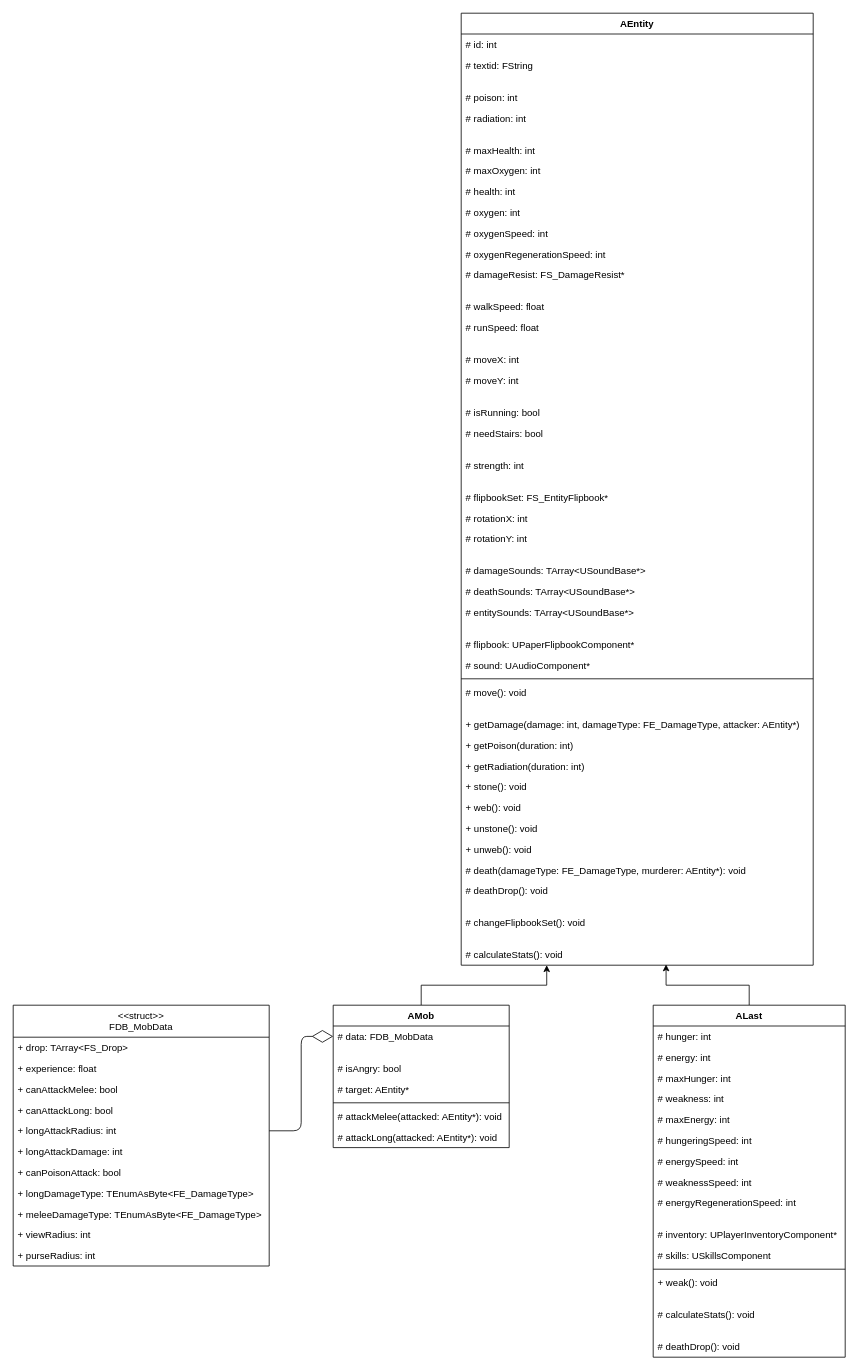
sqrt-of-minus-one/After_0 keeps this draw.io diagram as page "Entity" (1 of 3) of Classes.drawio. Above is the earlier version. Source tidied: cells renumbered, new cells numbered last; positions are measured from the earlier drawing's top-left corner, leaving out a move shared by most shapes. Both pictures are drawn from the tidied source at 80%, with x=0, y=0 at pixel (13, 13).
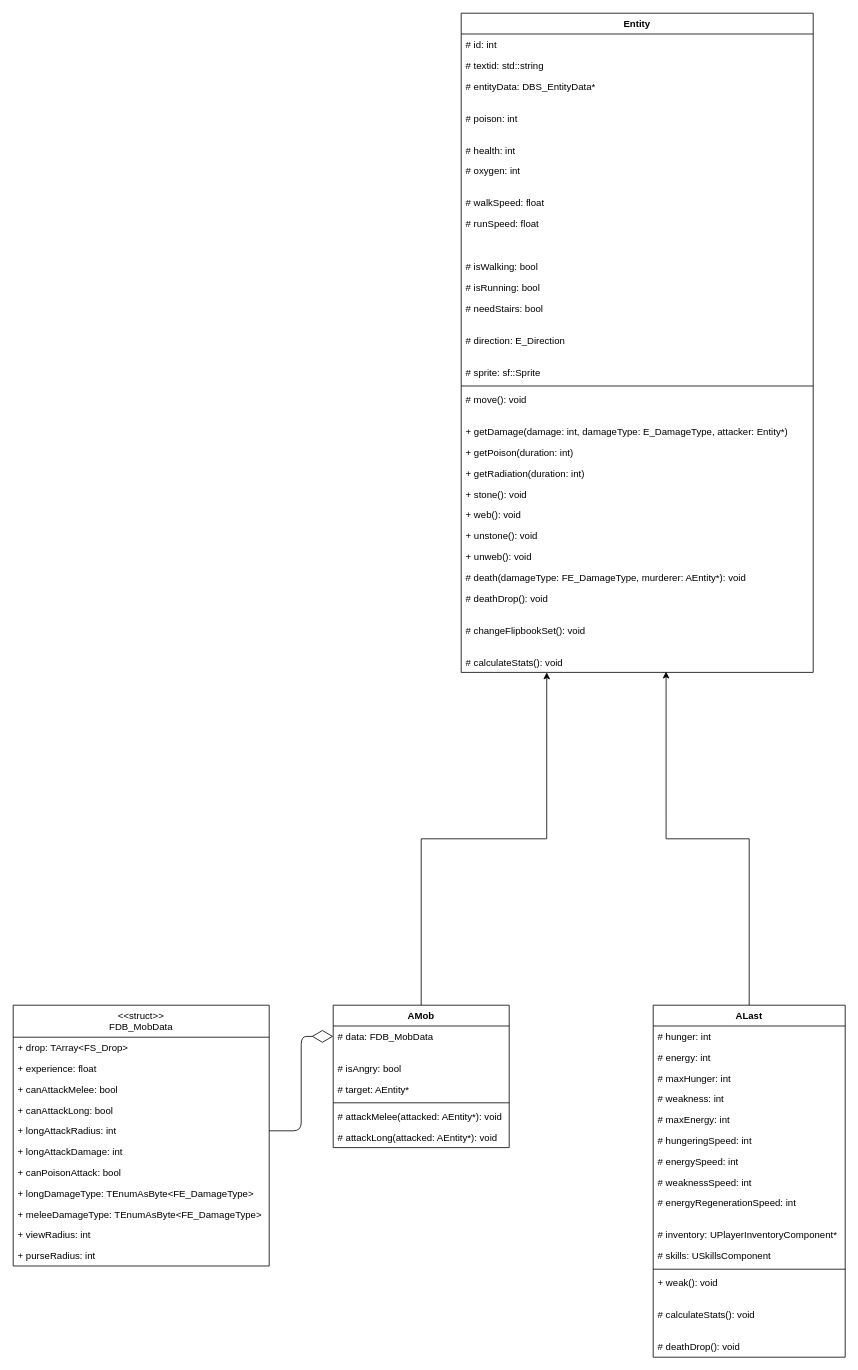
Above is the later version.

Commit message (it also covers changes not shown here):
Added classes Entity and Database

The edit, as a diff of the source:
```diff
@@
-    <mxCell id="2" value="AEntity" style="swimlane;fontStyle=1;align=center;verticalAlign=top;horizontal=1;startSize=26;" parent="1" vertex="1">
-      <mxGeometry x="560" width="440" height="1190" as="geometry" />
+    <mxCell id="2" value="Entity" style="swimlane;fontStyle=1;align=center;verticalAlign=top;horizontal=1;startSize=26;" parent="1" vertex="1">
+      <mxGeometry x="560" width="440" height="824" as="geometry" />
     </mxCell>
@@
-    <mxCell id="4" value="# textid: FString" style="text;strokeColor=none;fillColor=none;align=left;verticalAlign=top;spacingLeft=4;spacingRight=4;overflow=hidden;" parent="2" vertex="1">
+    <mxCell id="4" value="# textid: std::string" style="text;strokeColor=none;fillColor=none;align=left;verticalAlign=top;spacingLeft=4;spacingRight=4;overflow=hidden;" parent="2" vertex="1">
       <mxGeometry y="52" width="440" height="26" as="geometry" />
     </mxCell>
+    <mxCell id="7" value="# entityData: DBS_EntityData*" style="text;strokeColor=none;fillColor=none;align=left;verticalAlign=top;spacingLeft=4;spacingRight=4;overflow=hidden;" parent="2" vertex="1">
+      <mxGeometry y="78" width="440" height="26" as="geometry" />
+    </mxCell>
     <mxCell id="5" style="text;strokeColor=none;fillColor=none;align=left;verticalAlign=middle;spacingTop=-1;spacingLeft=4;spacingRight=4;labelPosition=right;" parent="2" vertex="1">
-      <mxGeometry y="78" width="440" height="14" as="geometry" />
+      <mxGeometry y="104" width="440" height="14" as="geometry" />
     </mxCell>
     <mxCell id="6" value="# poison: int" style="text;strokeColor=none;fillColor=none;align=left;verticalAlign=top;spacingLeft=4;spacingRight=4;overflow=hidden;" parent="2" vertex="1">
-      <mxGeometry y="92" width="440" height="26" as="geometry" />
+      <mxGeometry y="118" width="440" height="26" as="geometry" />
     </mxCell>
-    <mxCell id="7" value="# radiation: int" style="text;strokeColor=none;fillColor=none;align=left;verticalAlign=top;spacingLeft=4;spacingRight=4;overflow=hidden;" parent="2" vertex="1">
-      <mxGeometry y="118" width="440" height="26" as="geometry" />
-    </mxCell>
@@
-    <mxCell id="9" value="# maxHealth: int" style="text;strokeColor=none;fillColor=none;align=left;verticalAlign=top;spacingLeft=4;spacingRight=4;overflow=hidden;" parent="2" vertex="1">
-      <mxGeometry y="158" width="440" height="26" as="geometry" />
-    </mxCell>
-    <mxCell id="10" value="# maxOxygen: int" style="text;strokeColor=none;fillColor=none;align=left;verticalAlign=top;spacingLeft=4;spacingRight=4;overflow=hidden;" parent="2" vertex="1">
-      <mxGeometry y="184" width="440" height="26" as="geometry" />
-    </mxCell>
     <mxCell id="11" value="# health: int" style="text;strokeColor=none;fillColor=none;align=left;verticalAlign=top;spacingLeft=4;spacingRight=4;overflow=hidden;" parent="2" vertex="1">
-      <mxGeometry y="210" width="440" height="26" as="geometry" />
+      <mxGeometry y="158" width="440" height="26" as="geometry" />
     </mxCell>
     <mxCell id="12" value="# oxygen: int" style="text;strokeColor=none;fillColor=none;align=left;verticalAlign=top;spacingLeft=4;spacingRight=4;overflow=hidden;" parent="2" vertex="1">
-      <mxGeometry y="236" width="440" height="26" as="geometry" />
+      <mxGeometry y="184" width="440" height="26" as="geometry" />
     </mxCell>
-    <mxCell id="13" value="# oxygenSpeed: int" style="text;strokeColor=none;fillColor=none;align=left;verticalAlign=top;spacingLeft=4;spacingRight=4;overflow=hidden;" parent="2" vertex="1">
-      <mxGeometry y="262" width="440" height="26" as="geometry" />
-    </mxCell>
-    <mxCell id="14" value="# oxygenRegenerationSpeed: int" style="text;strokeColor=none;fillColor=none;align=left;verticalAlign=top;spacingLeft=4;spacingRight=4;overflow=hidden;" parent="2" vertex="1">
-      <mxGeometry y="288" width="440" height="26" as="geometry" />
-    </mxCell>
-    <mxCell id="15" value="# damageResist: FS_DamageResist*" style="text;strokeColor=none;fillColor=none;align=left;verticalAlign=top;spacingLeft=4;spacingRight=4;overflow=hidden;" parent="2" vertex="1">
-      <mxGeometry y="314" width="440" height="26" as="geometry" />
-    </mxCell>
     <mxCell id="16" style="text;strokeColor=none;fillColor=none;align=left;verticalAlign=middle;spacingTop=-1;spacingLeft=4;spacingRight=4;labelPosition=right;" parent="2" vertex="1">
-      <mxGeometry y="340" width="440" height="14" as="geometry" />
+      <mxGeometry y="210" width="440" height="14" as="geometry" />
     </mxCell>
     <mxCell id="17" value="# walkSpeed: float" style="text;strokeColor=none;fillColor=none;align=left;verticalAlign=top;spacingLeft=4;spacingRight=4;overflow=hidden;" parent="2" vertex="1">
-      <mxGeometry y="354" width="440" height="26" as="geometry" />
+      <mxGeometry y="224" width="440" height="26" as="geometry" />
     </mxCell>
     <mxCell id="18" value="# runSpeed: float" style="text;strokeColor=none;fillColor=none;align=left;verticalAlign=top;spacingLeft=4;spacingRight=4;overflow=hidden;" parent="2" vertex="1">
-      <mxGeometry y="380" width="440" height="26" as="geometry" />
+      <mxGeometry y="250" width="440" height="26" as="geometry" />
     </mxCell>
     <mxCell id="19" style="text;strokeColor=none;fillColor=none;align=left;verticalAlign=middle;spacingTop=-1;spacingLeft=4;spacingRight=4;labelPosition=right;" parent="2" vertex="1">
-      <mxGeometry y="406" width="440" height="14" as="geometry" />
+      <mxGeometry y="276" width="440" height="14" as="geometry" />
     </mxCell>
-    <mxCell id="20" value="# moveX: int" style="text;strokeColor=none;fillColor=none;align=left;verticalAlign=top;spacingLeft=4;spacingRight=4;overflow=hidden;" parent="2" vertex="1">
-      <mxGeometry y="420" width="440" height="26" as="geometry" />
-    </mxCell>
+    <mxCell id="22" style="text;strokeColor=none;fillColor=none;align=left;verticalAlign=middle;spacingTop=-1;spacingLeft=4;spacingRight=4;labelPosition=right;" parent="2" vertex="1">
+      <mxGeometry y="290" width="440" height="14" as="geometry" />
+    </mxCell>
-    <mxCell id="21" value="# moveY: int" style="text;strokeColor=none;fillColor=none;align=left;verticalAlign=top;spacingLeft=4;spacingRight=4;overflow=hidden;" parent="2" vertex="1">
-      <mxGeometry y="446" width="440" height="26" as="geometry" />
+    <mxCell id="21" value="# isWalking: bool" style="text;strokeColor=none;fillColor=none;align=left;verticalAlign=top;spacingLeft=4;spacingRight=4;overflow=hidden;" parent="2" vertex="1">
+      <mxGeometry y="304" width="440" height="26" as="geometry" />
     </mxCell>
-    <mxCell id="22" style="text;strokeColor=none;fillColor=none;align=left;verticalAlign=middle;spacingTop=-1;spacingLeft=4;spacingRight=4;labelPosition=right;" parent="2" vertex="1">
-      <mxGeometry y="472" width="440" height="14" as="geometry" />
-    </mxCell>
     <mxCell id="23" value="# isRunning: bool" style="text;strokeColor=none;fillColor=none;align=left;verticalAlign=top;spacingLeft=4;spacingRight=4;overflow=hidden;" parent="2" vertex="1">
-      <mxGeometry y="486" width="440" height="26" as="geometry" />
+      <mxGeometry y="330" width="440" height="26" as="geometry" />
     </mxCell>
     <mxCell id="24" value="# needStairs: bool" style="text;strokeColor=none;fillColor=none;align=left;verticalAlign=top;spacingLeft=4;spacingRight=4;overflow=hidden;" parent="2" vertex="1">
-      <mxGeometry y="512" width="440" height="26" as="geometry" />
+      <mxGeometry y="356" width="440" height="26" as="geometry" />
     </mxCell>
     <mxCell id="25" style="text;strokeColor=none;fillColor=none;align=left;verticalAlign=middle;spacingTop=-1;spacingLeft=4;spacingRight=4;labelPosition=right;" parent="2" vertex="1">
-      <mxGeometry y="538" width="440" height="14" as="geometry" />
+      <mxGeometry y="382" width="440" height="14" as="geometry" />
     </mxCell>
-    <mxCell id="26" value="# strength: int" style="text;strokeColor=none;fillColor=none;align=left;verticalAlign=top;spacingLeft=4;spacingRight=4;overflow=hidden;" parent="2" vertex="1">
-      <mxGeometry y="552" width="440" height="26" as="geometry" />
-    </mxCell>
-    <mxCell id="27" style="text;strokeColor=none;fillColor=none;align=left;verticalAlign=middle;spacingTop=-1;spacingLeft=4;spacingRight=4;labelPosition=right;" parent="2" vertex="1">
-      <mxGeometry y="578" width="440" height="14" as="geometry" />
-    </mxCell>
-    <mxCell id="28" value="# flipbookSet: FS_EntityFlipbook*" style="text;strokeColor=none;fillColor=none;align=left;verticalAlign=top;spacingLeft=4;spacingRight=4;overflow=hidden;" parent="2" vertex="1">
-      <mxGeometry y="592" width="440" height="26" as="geometry" />
-    </mxCell>
-    <mxCell id="29" value="# rotationX: int" style="text;strokeColor=none;fillColor=none;align=left;verticalAlign=top;spacingLeft=4;spacingRight=4;overflow=hidden;" parent="2" vertex="1">
-      <mxGeometry y="618" width="440" height="26" as="geometry" />
+    <mxCell id="29" value="# direction: E_Direction" style="text;strokeColor=none;fillColor=none;align=left;verticalAlign=top;spacingLeft=4;spacingRight=4;overflow=hidden;" parent="2" vertex="1">
+      <mxGeometry y="396" width="440" height="26" as="geometry" />
     </mxCell>
-    <mxCell id="30" value="# rotationY: int" style="text;strokeColor=none;fillColor=none;align=left;verticalAlign=top;spacingLeft=4;spacingRight=4;overflow=hidden;" parent="2" vertex="1">
-      <mxGeometry y="644" width="440" height="26" as="geometry" />
-    </mxCell>
     <mxCell id="31" style="text;strokeColor=none;fillColor=none;align=left;verticalAlign=middle;spacingTop=-1;spacingLeft=4;spacingRight=4;labelPosition=right;" parent="2" vertex="1">
-      <mxGeometry y="670" width="440" height="14" as="geometry" />
+      <mxGeometry y="422" width="440" height="14" as="geometry" />
     </mxCell>
-    <mxCell id="32" value="# damageSounds: TArray&lt;USoundBase*&gt;" style="text;strokeColor=none;fillColor=none;align=left;verticalAlign=top;spacingLeft=4;spacingRight=4;overflow=hidden;" parent="2" vertex="1">
-      <mxGeometry y="684" width="440" height="26" as="geometry" />
-    </mxCell>
-    <mxCell id="33" value="# deathSounds: TArray&lt;USoundBase*&gt;" style="text;strokeColor=none;fillColor=none;align=left;verticalAlign=top;spacingLeft=4;spacingRight=4;overflow=hidden;" parent="2" vertex="1">
-      <mxGeometry y="710" width="440" height="26" as="geometry" />
-    </mxCell>
-    <mxCell id="34" value="# entitySounds: TArray&lt;USoundBase*&gt;" style="text;strokeColor=none;fillColor=none;align=left;verticalAlign=top;spacingLeft=4;spacingRight=4;overflow=hidden;" parent="2" vertex="1">
-      <mxGeometry y="736" width="440" height="26" as="geometry" />
-    </mxCell>
-    <mxCell id="35" style="text;strokeColor=none;fillColor=none;align=left;verticalAlign=middle;spacingTop=-1;spacingLeft=4;spacingRight=4;labelPosition=right;" parent="2" vertex="1">
-      <mxGeometry y="762" width="440" height="14" as="geometry" />
-    </mxCell>
-    <mxCell id="36" value="# flipbook: UPaperFlipbookComponent*" style="text;strokeColor=none;fillColor=none;align=left;verticalAlign=top;spacingLeft=4;spacingRight=4;overflow=hidden;" parent="2" vertex="1">
-      <mxGeometry y="776" width="440" height="26" as="geometry" />
-    </mxCell>
-    <mxCell id="37" value="# sound: UAudioComponent*" style="text;strokeColor=none;fillColor=none;align=left;verticalAlign=top;spacingLeft=4;spacingRight=4;overflow=hidden;" parent="2" vertex="1">
-      <mxGeometry y="802" width="440" height="26" as="geometry" />
+    <mxCell id="37" value="# sprite: sf::Sprite" style="text;strokeColor=none;fillColor=none;align=left;verticalAlign=top;spacingLeft=4;spacingRight=4;overflow=hidden;" parent="2" vertex="1">
+      <mxGeometry y="436" width="440" height="26" as="geometry" />
     </mxCell>
     <mxCell id="38" style="line;strokeWidth=1;fillColor=none;align=left;verticalAlign=middle;spacingTop=-1;spacingLeft=3;spacingRight=3;labelPosition=right;" parent="2" vertex="1">
-      <mxGeometry y="828" width="440" height="8" as="geometry" />
+      <mxGeometry y="462" width="440" height="8" as="geometry" />
     </mxCell>
     <mxCell id="39" value="# move(): void" style="text;strokeColor=none;fillColor=none;align=left;verticalAlign=top;spacingLeft=4;spacingRight=4;overflow=hidden;" parent="2" vertex="1">
-      <mxGeometry y="836" width="440" height="26" as="geometry" />
+      <mxGeometry y="470" width="440" height="26" as="geometry" />
     </mxCell>
     <mxCell id="40" style="text;strokeColor=none;fillColor=none;align=left;verticalAlign=middle;spacingTop=-1;spacingLeft=4;spacingRight=4;labelPosition=right;" parent="2" vertex="1">
-      <mxGeometry y="862" width="440" height="14" as="geometry" />
+      <mxGeometry y="496" width="440" height="14" as="geometry" />
     </mxCell>
-    <mxCell id="41" value="+ getDamage(damage: int, damageType: FE_DamageType, attacker: AEntity*)" style="text;strokeColor=none;fillColor=none;align=left;verticalAlign=top;spacingLeft=4;spacingRight=4;overflow=hidden;" parent="2" vertex="1">
-      <mxGeometry y="876" width="440" height="26" as="geometry" />
+    <mxCell id="41" value="+ getDamage(damage: int, damageType: E_DamageType, attacker: Entity*)" style="text;strokeColor=none;fillColor=none;align=left;verticalAlign=top;spacingLeft=4;spacingRight=4;overflow=hidden;" parent="2" vertex="1">
+      <mxGeometry y="510" width="440" height="26" as="geometry" />
     </mxCell>
     <mxCell id="42" value="+ getPoison(duration: int)" style="text;strokeColor=none;fillColor=none;align=left;verticalAlign=top;spacingLeft=4;spacingRight=4;overflow=hidden;" parent="2" vertex="1">
-      <mxGeometry y="902" width="440" height="26" as="geometry" />
+      <mxGeometry y="536" width="440" height="26" as="geometry" />
     </mxCell>
     <mxCell id="43" value="+ getRadiation(duration: int)" style="text;strokeColor=none;fillColor=none;align=left;verticalAlign=top;spacingLeft=4;spacingRight=4;overflow=hidden;" parent="2" vertex="1">
-      <mxGeometry y="928" width="440" height="26" as="geometry" />
+      <mxGeometry y="562" width="440" height="26" as="geometry" />
     </mxCell>
     <mxCell id="44" value="+ stone(): void" style="text;strokeColor=none;fillColor=none;align=left;verticalAlign=top;spacingLeft=4;spacingRight=4;overflow=hidden;" parent="2" vertex="1">
-      <mxGeometry y="954" width="440" height="26" as="geometry" />
+      <mxGeometry y="588" width="440" height="26" as="geometry" />
     </mxCell>
     <mxCell id="45" value="+ web(): void" style="text;strokeColor=none;fillColor=none;align=left;verticalAlign=top;spacingLeft=4;spacingRight=4;overflow=hidden;" parent="2" vertex="1">
-      <mxGeometry y="980" width="440" height="26" as="geometry" />
+      <mxGeometry y="614" width="440" height="26" as="geometry" />
     </mxCell>
     <mxCell id="46" value="+ unstone(): void" style="text;strokeColor=none;fillColor=none;align=left;verticalAlign=top;spacingLeft=4;spacingRight=4;overflow=hidden;" parent="2" vertex="1">
-      <mxGeometry y="1006" width="440" height="26" as="geometry" />
+      <mxGeometry y="640" width="440" height="26" as="geometry" />
     </mxCell>
     <mxCell id="47" value="+ unweb(): void" style="text;strokeColor=none;fillColor=none;align=left;verticalAlign=top;spacingLeft=4;spacingRight=4;overflow=hidden;" parent="2" vertex="1">
-      <mxGeometry y="1032" width="440" height="26" as="geometry" />
+      <mxGeometry y="666" width="440" height="26" as="geometry" />
     </mxCell>
     <mxCell id="48" value="# death(damageType: FE_DamageType, murderer: AEntity*): void" style="text;strokeColor=none;fillColor=none;align=left;verticalAlign=top;spacingLeft=4;spacingRight=4;overflow=hidden;" parent="2" vertex="1">
-      <mxGeometry y="1058" width="440" height="26" as="geometry" />
+      <mxGeometry y="692" width="440" height="26" as="geometry" />
     </mxCell>
     <mxCell id="49" value="# deathDrop(): void" style="text;strokeColor=none;fillColor=none;align=left;verticalAlign=top;spacingLeft=4;spacingRight=4;overflow=hidden;" parent="2" vertex="1">
-      <mxGeometry y="1084" width="440" height="26" as="geometry" />
+      <mxGeometry y="718" width="440" height="26" as="geometry" />
     </mxCell>
     <mxCell id="50" style="text;strokeColor=none;fillColor=none;align=left;verticalAlign=middle;spacingTop=-1;spacingLeft=4;spacingRight=4;labelPosition=right;" parent="2" vertex="1">
-      <mxGeometry y="1110" width="440" height="14" as="geometry" />
+      <mxGeometry y="744" width="440" height="14" as="geometry" />
     </mxCell>
     <mxCell id="51" value="# changeFlipbookSet(): void" style="text;strokeColor=none;fillColor=none;align=left;verticalAlign=top;spacingLeft=4;spacingRight=4;overflow=hidden;" parent="2" vertex="1">
-      <mxGeometry y="1124" width="440" height="26" as="geometry" />
+      <mxGeometry y="758" width="440" height="26" as="geometry" />
     </mxCell>
     <mxCell id="52" style="text;strokeColor=none;fillColor=none;align=left;verticalAlign=middle;spacingTop=-1;spacingLeft=4;spacingRight=4;labelPosition=right;" parent="2" vertex="1">
-      <mxGeometry y="1150" width="440" height="14" as="geometry" />
+      <mxGeometry y="784" width="440" height="14" as="geometry" />
     </mxCell>
     <mxCell id="53" value="# calculateStats(): void" style="text;strokeColor=none;fillColor=none;align=left;verticalAlign=top;spacingLeft=4;spacingRight=4;overflow=hidden;points=[[0,0.5],[1,0.5]];portConstraint=eastwest;" parent="2" vertex="1">
-      <mxGeometry y="1164" width="440" height="26" as="geometry" />
+      <mxGeometry y="798" width="440" height="26" as="geometry" />
     </mxCell>
```
